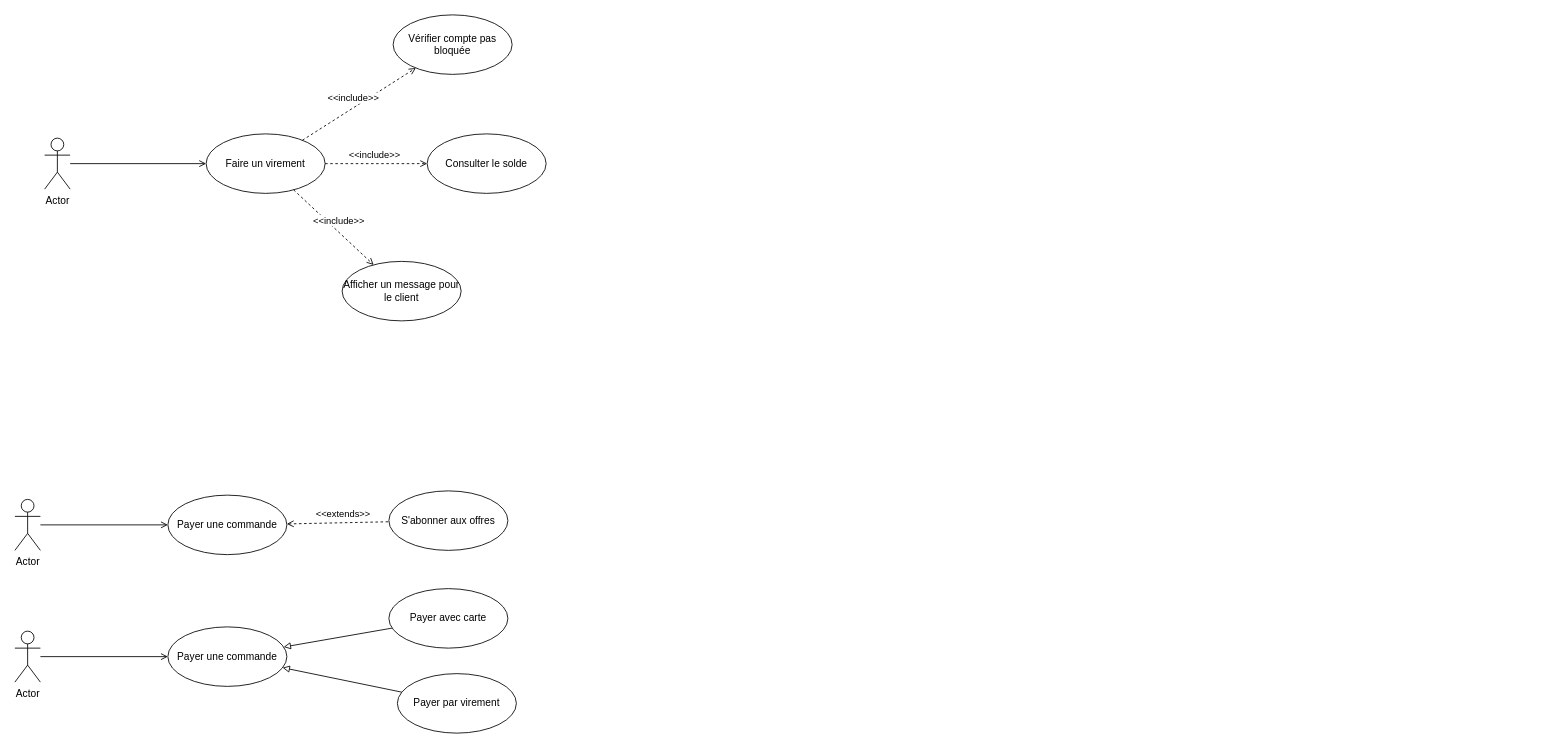
The draw.io diagram UseCases/Diagrammes/Diagramma base.drawio in choquitofrito/Int3-WAD-UML, before the edit. Source tidied: cells renumbered, new cells numbered last; positions are measured from the earlier drawing's top-left corner, leaving out a move shared by most shapes. Both pictures are drawn from the tidied source at 85%, with x=0, y=0 at pixel (14, 14).
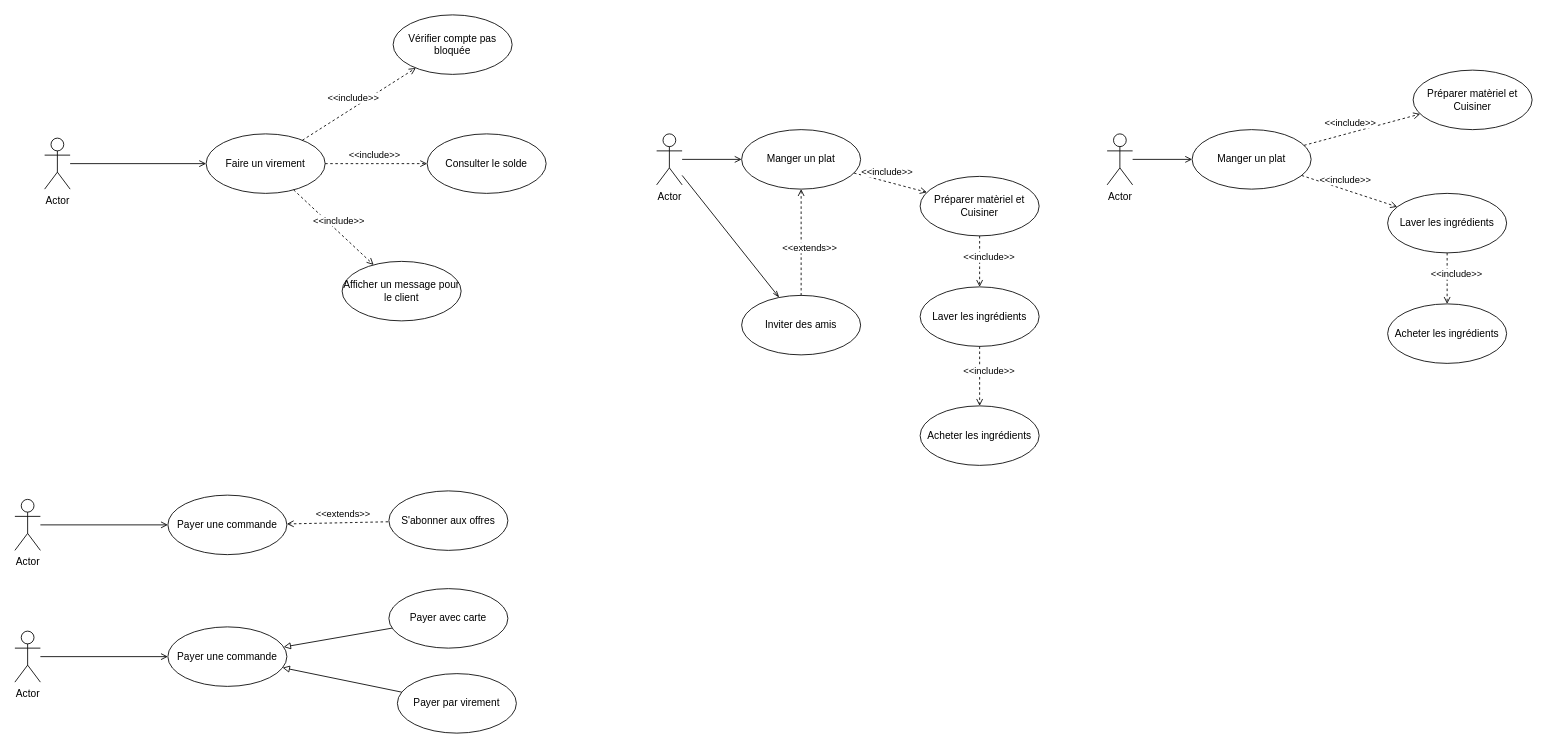
The same page after the edit.

Commit message:
added diagrams include and extend

Diff of the diagram source:
```diff
@@
+    <mxCell id="23" style="rounded=0;jettySize=auto;html=1;startArrow=none;startFill=0;endArrow=open;endFill=0;" parent="1" edge="1" source="25" target="28">
+      <mxGeometry relative="1" as="geometry" />
+    </mxCell>
+    <mxCell id="24" style="edgeStyle=none;rounded=0;jettySize=auto;html=1;endArrow=openThin;endFill=0;" parent="1" edge="1" source="25" target="42">
+      <mxGeometry relative="1" as="geometry" />
+    </mxCell>
+    <mxCell id="25" value="Actor" style="shape=umlActor;verticalLabelPosition=bottom;verticalAlign=top;html=1;" parent="1" vertex="1">
+      <mxGeometry x="755" y="140" width="30" height="60" as="geometry" />
+    </mxCell>
+    <mxCell id="26" value="Acheter les ingrédients" style="ellipse;whiteSpace=wrap;html=1;" parent="1" vertex="1">
+      <mxGeometry x="1065" y="460" width="140" height="70" as="geometry" />
+    </mxCell>
+    <mxCell id="27" value="Préparer matèriel et Cuisiner" style="ellipse;whiteSpace=wrap;html=1;" parent="1" vertex="1">
+      <mxGeometry x="1065" y="190" width="140" height="70" as="geometry" />
+    </mxCell>
+    <mxCell id="28" value="Manger un plat" style="ellipse;whiteSpace=wrap;html=1;" parent="1" vertex="1">
+      <mxGeometry x="855" y="135" width="140" height="70" as="geometry" />
+    </mxCell>
+    <mxCell id="29" value="Laver les ingrédients" style="ellipse;whiteSpace=wrap;html=1;" parent="1" vertex="1">
+      <mxGeometry x="1065" y="320" width="140" height="70" as="geometry" />
+    </mxCell>
+    <mxCell id="30" value="&amp;lt;&amp;lt;include&amp;gt;&amp;gt;" style="endArrow=open;html=1;endFill=0;dashed=1;" parent="1" edge="1" source="28" target="27">
+      <mxGeometry x="-0.16" y="11" relative="1" as="geometry" />
+    </mxCell>
+    <mxCell id="31" value="&amp;lt;&amp;lt;include&amp;gt;&amp;gt;" style="endArrow=open;html=1;endFill=0;dashed=1;" parent="1" edge="1" source="27" target="29">
+      <mxGeometry x="-0.16" y="11" relative="1" as="geometry" />
+    </mxCell>
+    <mxCell id="32" value="&amp;lt;&amp;lt;include&amp;gt;&amp;gt;" style="endArrow=open;html=1;endFill=0;dashed=1;" parent="1" edge="1" source="29" target="26">
+      <mxGeometry x="-0.16" y="11" relative="1" as="geometry" />
+    </mxCell>
+    <mxCell id="33" style="rounded=0;jettySize=auto;html=1;startArrow=none;startFill=0;endArrow=open;endFill=0;" parent="1" edge="1" source="34" target="37">
+      <mxGeometry relative="1" as="geometry" />
+    </mxCell>
+    <mxCell id="34" value="Actor" style="shape=umlActor;verticalLabelPosition=bottom;verticalAlign=top;html=1;" parent="1" vertex="1">
+      <mxGeometry x="1285" y="140" width="30" height="60" as="geometry" />
+    </mxCell>
+    <mxCell id="35" value="Acheter les ingrédients" style="ellipse;whiteSpace=wrap;html=1;" parent="1" vertex="1">
+      <mxGeometry x="1615" y="340" width="140" height="70" as="geometry" />
+    </mxCell>
+    <mxCell id="36" value="Préparer matèriel et Cuisiner" style="ellipse;whiteSpace=wrap;html=1;" parent="1" vertex="1">
+      <mxGeometry x="1645" y="65" width="140" height="70" as="geometry" />
+    </mxCell>
+    <mxCell id="37" value="Manger un plat" style="ellipse;whiteSpace=wrap;html=1;" parent="1" vertex="1">
+      <mxGeometry x="1385" y="135" width="140" height="70" as="geometry" />
+    </mxCell>
+    <mxCell id="38" value="Laver les ingrédients" style="ellipse;whiteSpace=wrap;html=1;" parent="1" vertex="1">
+      <mxGeometry x="1615" y="210" width="140" height="70" as="geometry" />
+    </mxCell>
+    <mxCell id="39" value="&amp;lt;&amp;lt;include&amp;gt;&amp;gt;" style="endArrow=open;html=1;endFill=0;dashed=1;" parent="1" edge="1" source="37" target="36">
+      <mxGeometry x="-0.16" y="11" relative="1" as="geometry" />
+    </mxCell>
+    <mxCell id="40" value="&amp;lt;&amp;lt;include&amp;gt;&amp;gt;" style="endArrow=open;html=1;endFill=0;dashed=1;" parent="1" edge="1" source="37" target="38">
+      <mxGeometry x="-0.16" y="11" relative="1" as="geometry" />
+    </mxCell>
+    <mxCell id="41" value="&amp;lt;&amp;lt;include&amp;gt;&amp;gt;" style="endArrow=open;html=1;endFill=0;dashed=1;" parent="1" edge="1" source="38" target="35">
+      <mxGeometry x="-0.16" y="11" relative="1" as="geometry" />
+    </mxCell>
+    <mxCell id="42" value="Inviter des amis" style="ellipse;whiteSpace=wrap;html=1;" parent="1" vertex="1">
+      <mxGeometry x="855" y="330" width="140" height="70" as="geometry" />
+    </mxCell>
+    <mxCell id="43" value="&amp;lt;&amp;lt;extends&amp;gt;&amp;gt;" style="endArrow=none;html=1;endFill=0;dashed=1;startArrow=open;startFill=0;" parent="1" edge="1" source="28" target="42">
+      <mxGeometry x="0.1" y="10" relative="1" as="geometry" />
+    </mxCell>
```
